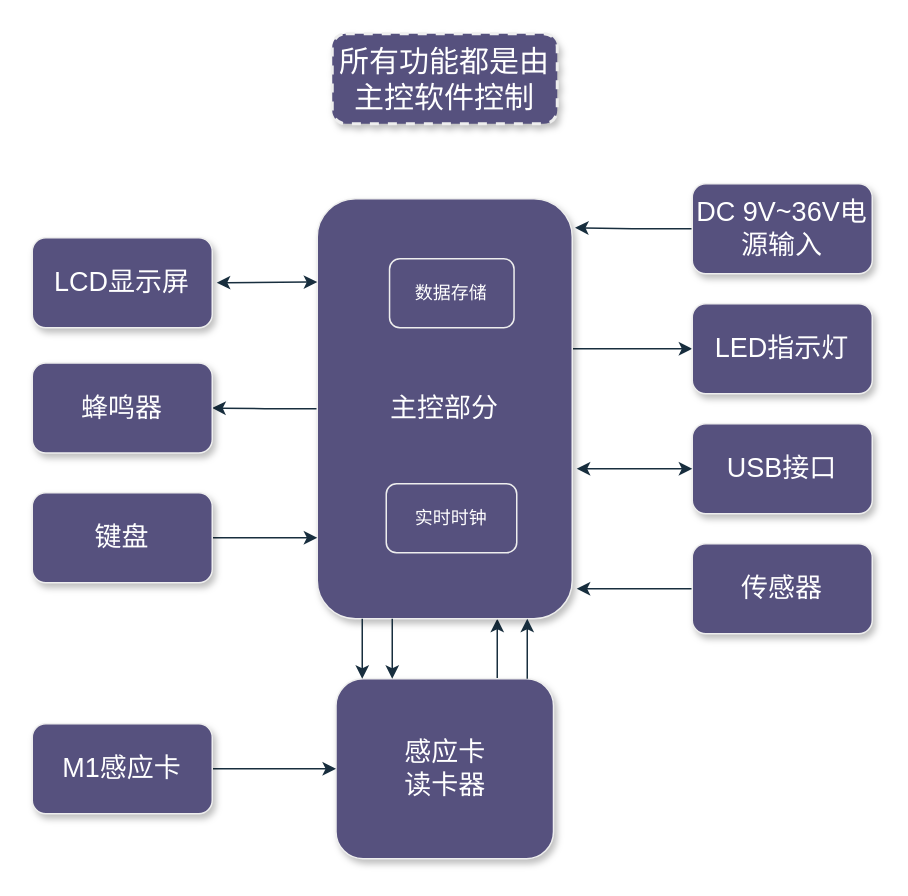
kupier/12306-electron keeps this draw.io diagram as page "硬件框图" (1 of 3) of electroic_meter.drawio. Above is the earlier version. Source tidied: cells renumbered, new cells numbered last; positions are measured from the earlier drawing's top-left corner, leaving out a move shared by most shapes. Both pictures are drawn from the tidied source at 150%, with x=0, y=0 at pixel (32, 33).
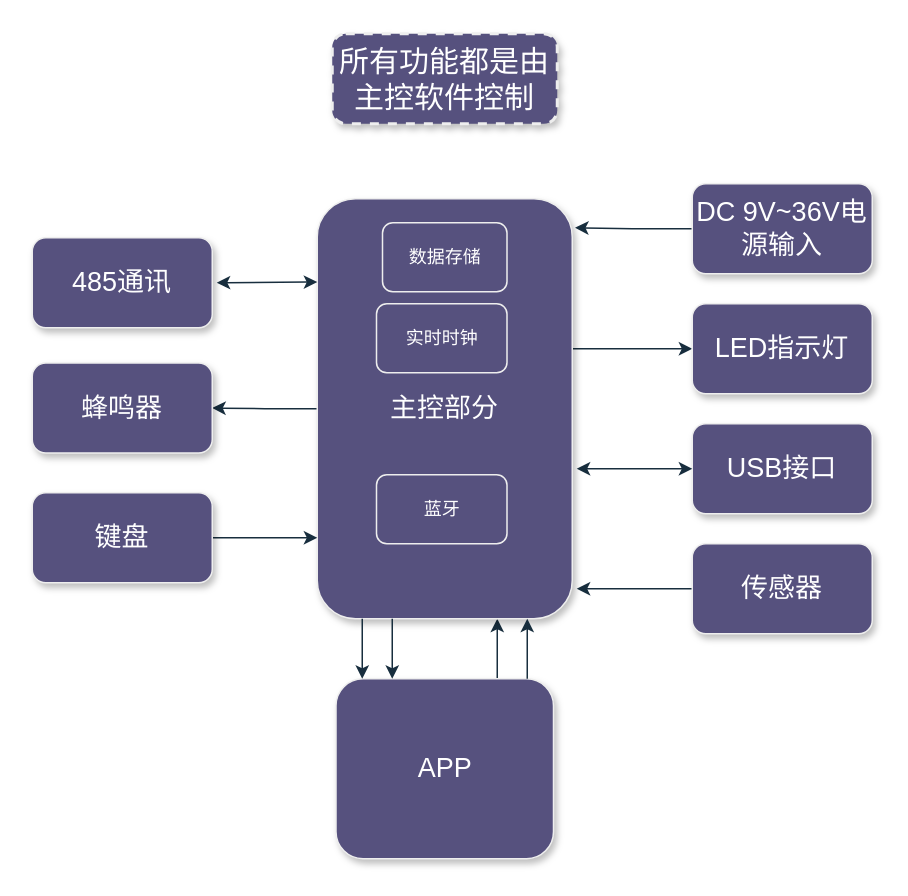
The same diagram, later.

Change to the diagram source:
```diff
@@
-    <mxCell id="13" value="LCD显示屏" style="whiteSpace=wrap;html=1;shadow=1;fontSize=18;labelBackgroundColor=none;rounded=1;fillColor=#56517E;strokeColor=#EEEEEE;fontColor=#FFFFFF;" parent="1" vertex="1">
+    <mxCell id="13" value="485通讯" style="whiteSpace=wrap;html=1;shadow=1;fontSize=18;labelBackgroundColor=none;rounded=1;fillColor=#56517E;strokeColor=#EEEEEE;fontColor=#FFFFFF;" parent="1" vertex="1">
       <mxGeometry y="136" width="120" height="60" as="geometry" />
     </mxCell>
@@
-    <mxCell id="16" value="感应卡&lt;br&gt;读卡器" style="whiteSpace=wrap;html=1;shadow=1;fontSize=18;labelBackgroundColor=none;rounded=1;fillColor=#56517E;strokeColor=#EEEEEE;fontColor=#FFFFFF;" parent="1" vertex="1">
+    <mxCell id="16" value="APP" style="whiteSpace=wrap;html=1;shadow=1;fontSize=18;labelBackgroundColor=none;rounded=1;fillColor=#56517E;strokeColor=#EEEEEE;fontColor=#FFFFFF;" parent="1" vertex="1">
       <mxGeometry x="202.5" y="430" width="145" height="120" as="geometry" />
     </mxCell>
-    <mxCell id="17" style="edgeStyle=elbowEdgeStyle;rounded=1;html=1;startArrow=none;startFill=0;jettySize=auto;fontSize=18;elbow=vertical;labelBackgroundColor=none;fontColor=default;strokeColor=#182E3E;" parent="1" edge="1" source="18" target="16">
-      <mxGeometry relative="1" as="geometry" />
-    </mxCell>
-    <mxCell id="18" value="M1感应卡" style="whiteSpace=wrap;html=1;shadow=1;fontSize=18;labelBackgroundColor=none;rounded=1;fillColor=#56517E;strokeColor=#EEEEEE;fontColor=#FFFFFF;" parent="1" vertex="1">
-      <mxGeometry y="460" width="120" height="60" as="geometry" />
-    </mxCell>
@@
     <mxCell id="22" value="数据存储" style="rounded=1;whiteSpace=wrap;html=1;labelBackgroundColor=none;fillColor=#56517E;strokeColor=#EEEEEE;fontColor=#FFFFFF;" parent="1" vertex="1">
-      <mxGeometry x="238.2" y="150" width="83" height="46" as="geometry" />
+      <mxGeometry x="233.5" y="126" width="83" height="46" as="geometry" />
     </mxCell>
     <mxCell id="23" value="实时时钟" style="rounded=1;whiteSpace=wrap;html=1;labelBackgroundColor=none;fillColor=#56517E;strokeColor=#EEEEEE;fontColor=#FFFFFF;" parent="1" vertex="1">
-      <mxGeometry x="236" y="300" width="87" height="46" as="geometry" />
+      <mxGeometry x="229.5" y="180" width="87" height="46" as="geometry" />
     </mxCell>
@@
+    <mxCell id="27" value="蓝牙" style="rounded=1;whiteSpace=wrap;html=1;labelBackgroundColor=none;fillColor=#56517E;strokeColor=#EEEEEE;fontColor=#FFFFFF;" parent="1" vertex="1">
+      <mxGeometry x="229.5" y="294" width="87" height="46" as="geometry" />
+    </mxCell>
```
